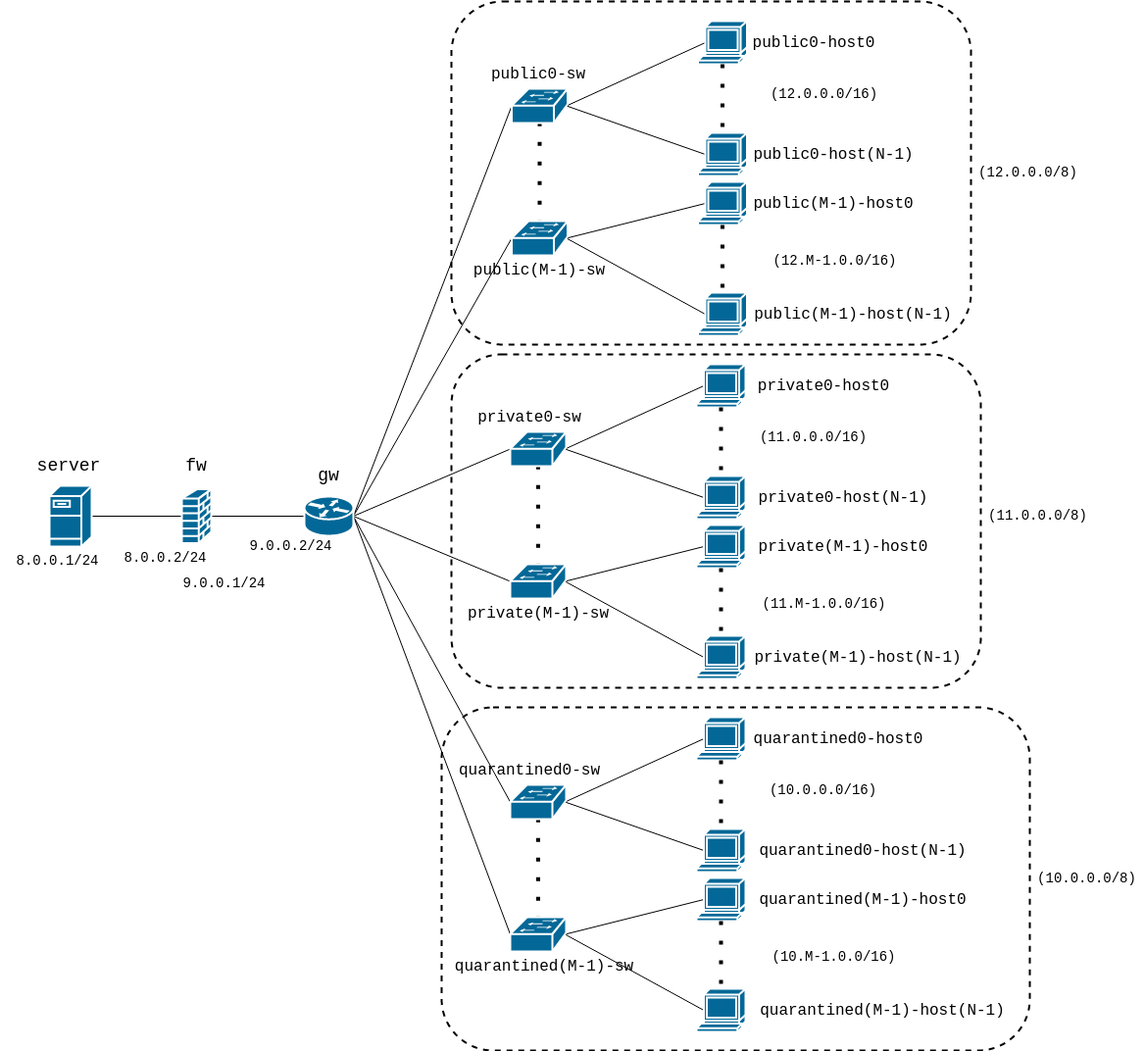
Earlier version of the draw.io export examples/01-subnet-isolation/network.png (netarch/neo). Source tidied: cells renumbered, new cells last; positions are measured from the earlier drawing's top-left corner, leaving out a move shared by most shapes.
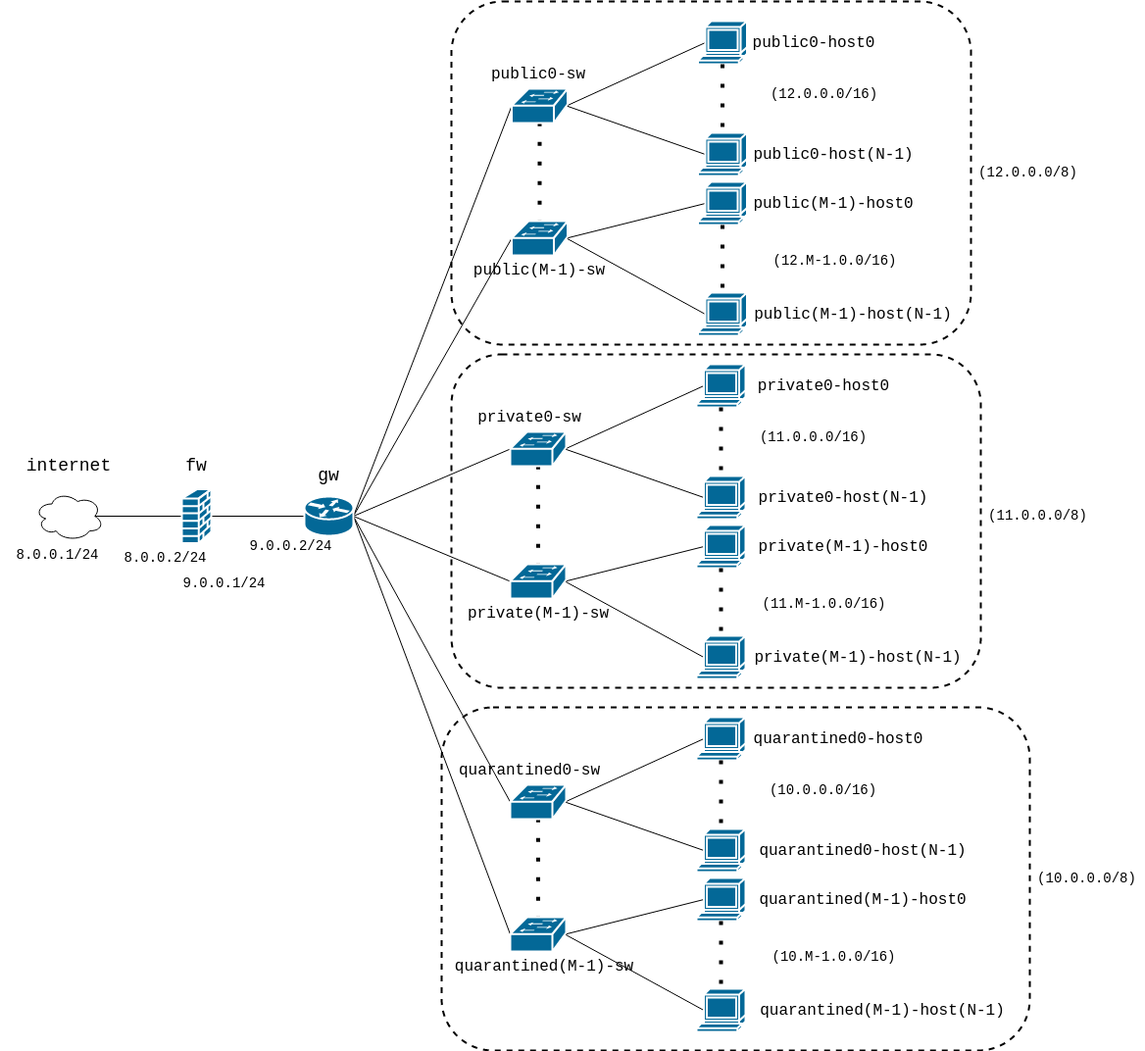
Above is the later version.

Commit message:
Update node name

What changed in the source:
```diff
@@ -2,13 +2,10 @@
   <root>
     <mxCell id="0" />
     <mxCell id="1" parent="0" />
-    <mxCell id="2" style="edgeStyle=orthogonalEdgeStyle;rounded=0;jettySize=auto;html=1;exitX=1;exitY=0.5;exitDx=0;exitDy=0;exitPerimeter=0;endArrow=none;endFill=0;" parent="1" edge="1" source="3" target="6">
+    <mxCell id="2" style="edgeStyle=orthogonalEdgeStyle;rounded=0;jettySize=auto;html=1;endArrow=none;endFill=0;exitX=0.875;exitY=0.5;exitDx=0;exitDy=0;exitPerimeter=0;" parent="1" edge="1" source="89" target="6">
       <mxGeometry relative="1" as="geometry" />
     </mxCell>
-    <mxCell id="3" style="shape=mxgraph.cisco.servers.fileserver;html=1;dashed=0;fillColor=#036897;strokeColor=#ffffff;strokeWidth=2;verticalLabelPosition=bottom;verticalAlign=top;align=center;outlineConnect=0;" parent="1" vertex="1">
-      <mxGeometry x="50" y="494" width="43" height="62" as="geometry" />
-    </mxCell>
-    <mxCell id="4" value="&lt;font style=&quot;font-size: 18px&quot; face=&quot;Courier New&quot;&gt;server&lt;/font&gt;" style="text;html=1;strokeColor=none;fillColor=none;align=center;verticalAlign=middle;whiteSpace=wrap;rounded=0;" parent="1" vertex="1">
+    <mxCell id="4" value="&lt;font style=&quot;font-size: 18px&quot; face=&quot;Courier New&quot;&gt;internet&lt;/font&gt;" style="text;html=1;strokeColor=none;fillColor=none;align=center;verticalAlign=middle;whiteSpace=wrap;rounded=0;" parent="1" vertex="1">
       <mxGeometry x="50" y="464" width="40" height="20" as="geometry" />
     </mxCell>
     <mxCell id="5" style="edgeStyle=orthogonalEdgeStyle;rounded=0;jettySize=auto;html=1;exitX=1;exitY=0.5;exitDx=0;exitDy=0;exitPerimeter=0;entryX=0;entryY=0.5;entryDx=0;entryDy=0;entryPerimeter=0;endArrow=none;endFill=0;" parent="1" edge="1" source="6" target="14">
@@ -218,14 +215,11 @@
     <mxCell id="73" style="rounded=1;whiteSpace=wrap;html=1;fillColor=none;strokeWidth=2;dashed=1;" parent="1" vertex="1">
       <mxGeometry x="460" width="530" height="350" as="geometry" />
     </mxCell>
-    <mxCell id="74" style="rounded=1;whiteSpace=wrap;html=1;fillColor=none;strokeWidth=2;dashed=1;" parent="1" vertex="1">
-      <mxGeometry x="460" y="360" width="540" height="340" as="geometry" />
-    </mxCell>
     <mxCell id="75" style="rounded=1;whiteSpace=wrap;html=1;fillColor=none;strokeWidth=2;dashed=1;" parent="1" vertex="1">
       <mxGeometry x="450" y="720" width="600" height="350" as="geometry" />
     </mxCell>
     <mxCell id="76" value="&lt;font style=&quot;font-size: 14px&quot; face=&quot;Courier New&quot;&gt;8.0.0.1/24&lt;/font&gt;" style="text;html=1;strokeColor=none;fillColor=none;align=center;verticalAlign=middle;whiteSpace=wrap;rounded=0;" parent="1" vertex="1">
-      <mxGeometry y="556" width="117" height="30" as="geometry" />
+      <mxGeometry y="550" width="117" height="30" as="geometry" />
     </mxCell>
     <mxCell id="77" value="&lt;font style=&quot;font-size: 14px&quot; face=&quot;Courier New&quot;&gt;8.0.0.2/24&lt;/font&gt;" style="text;html=1;strokeColor=none;fillColor=none;align=center;verticalAlign=middle;whiteSpace=wrap;rounded=0;" parent="1" vertex="1">
       <mxGeometry x="110" y="552.5" width="117" height="30" as="geometry" />
@@ -263,5 +257,11 @@
     <mxCell id="88" value="&lt;font style=&quot;font-size: 14px&quot; face=&quot;Courier New&quot;&gt;(10.M-1.0.0/16)&lt;/font&gt;" style="text;html=1;strokeColor=none;fillColor=none;align=center;verticalAlign=middle;whiteSpace=wrap;rounded=0;" parent="1" vertex="1">
       <mxGeometry x="780.8" y="960" width="138.5" height="30" as="geometry" />
     </mxCell>
+    <mxCell id="74" style="rounded=1;whiteSpace=wrap;html=1;fillColor=none;strokeWidth=2;dashed=1;" parent="1" vertex="1">
+      <mxGeometry x="460" y="360" width="540" height="340" as="geometry" />
+    </mxCell>
+    <mxCell id="89" style="ellipse;shape=cloud;whiteSpace=wrap;html=1;" parent="1" vertex="1">
+      <mxGeometry x="35" y="500" width="70" height="50" as="geometry" />
+    </mxCell>
   </root>
 </mxGraphModel>
```
